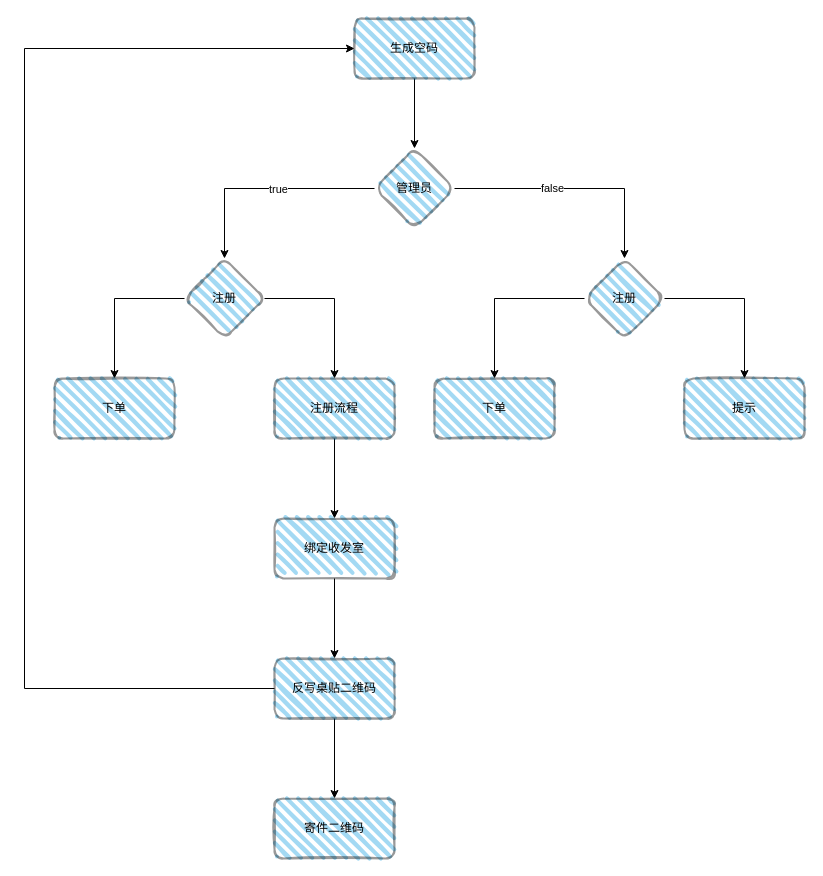
The draw.io diagram 企微云打印机对接.drawio in Lauyoo/huimieba, before the edit. Source tidied: cells renumbered, new cells numbered last; positions are measured from the earlier drawing's top-left corner, leaving out a move shared by most shapes. Both pictures are drawn from the tidied source at 100%, with x=0, y=0 at pixel (24, 18).
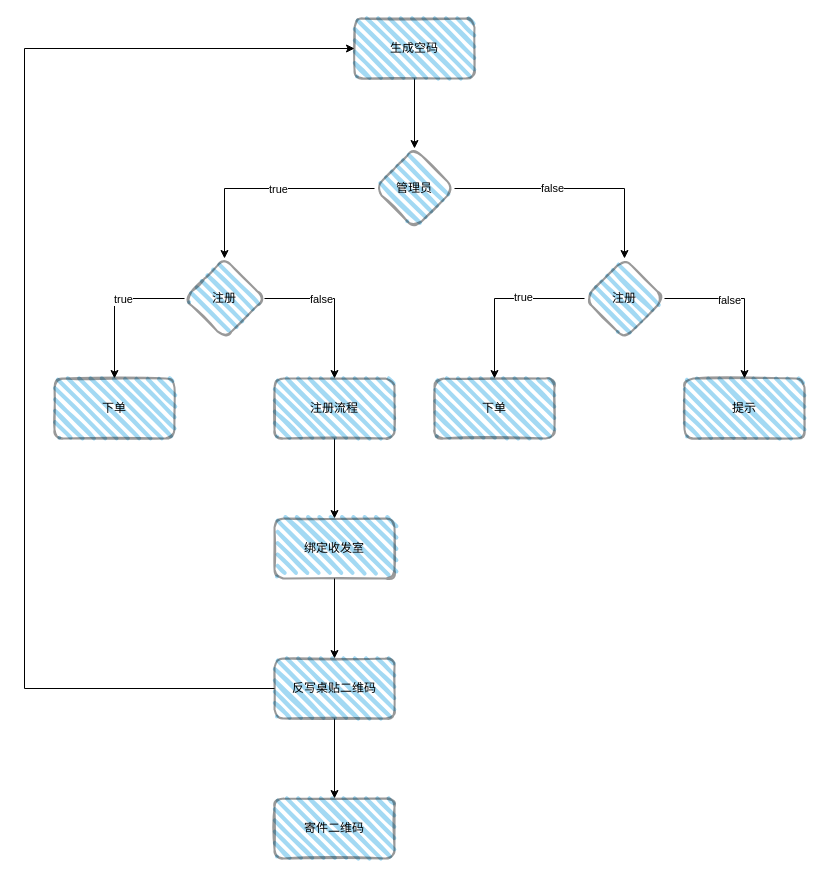
Above is the later version.

Commit message:
更新企微云打印机对接.drawio

Unchanged cells that the change refers to:
```xml
<mxCell id="9" style="edgeStyle=orthogonalEdgeStyle;rounded=0;jettySize=auto;html=1;" parent="1" edge="1" source="11" target="15">
  <mxGeometry relative="1" as="geometry" />
</mxCell>
<mxCell id="10" style="edgeStyle=orthogonalEdgeStyle;rounded=0;jettySize=auto;html=1;" parent="1" edge="1" source="11" target="17">
  <mxGeometry relative="1" as="geometry" />
</mxCell>
<mxCell id="12" style="edgeStyle=orthogonalEdgeStyle;rounded=0;jettySize=auto;html=1;" parent="1" edge="1" source="14" target="18">
  <mxGeometry relative="1" as="geometry" />
</mxCell>
<mxCell id="13" style="edgeStyle=orthogonalEdgeStyle;rounded=0;jettySize=auto;html=1;" parent="1" edge="1" source="14" target="19">
  <mxGeometry relative="1" as="geometry" />
</mxCell>
```

The edit, as a diff of the source:
```diff
@@
+    <mxCell id="26" value="true" style="edgeLabel;html=1;align=center;verticalAlign=middle;" parent="9" vertex="1">
+      <mxGeometry x="-0.17" relative="1" as="geometry" />
+    </mxCell>
@@
+    <mxCell id="27" value="false" style="edgeLabel;html=1;align=center;verticalAlign=middle;" parent="10" vertex="1">
+      <mxGeometry x="-0.26" relative="1" as="geometry" />
+    </mxCell>
@@
+    <mxCell id="28" value="false" style="edgeLabel;html=1;align=center;verticalAlign=middle;" parent="12" vertex="1">
+      <mxGeometry x="-0.2" y="-1" relative="1" as="geometry" />
+    </mxCell>
@@
+    <mxCell id="29" value="true" style="edgeLabel;html=1;align=center;verticalAlign=middle;" parent="13" vertex="1">
+      <mxGeometry x="-0.27" y="-2" relative="1" as="geometry" />
+    </mxCell>
```
